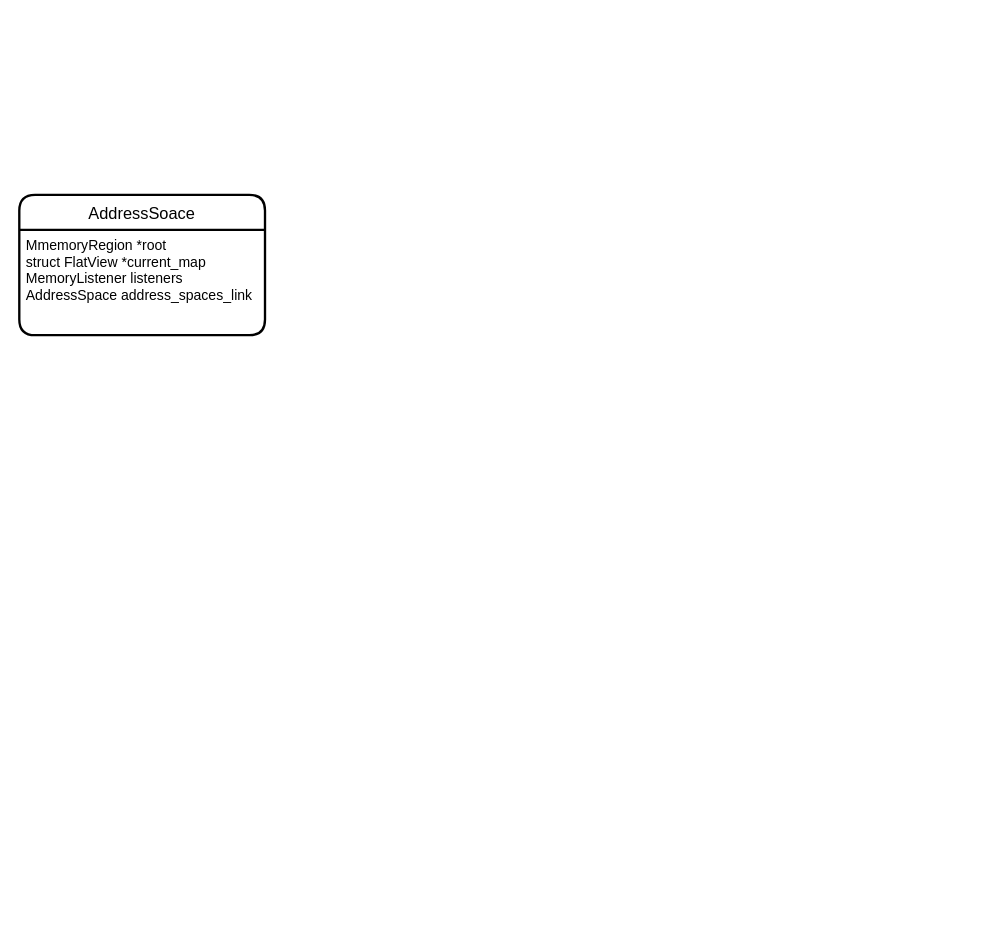
Earlier version of the draw.io diagram page "qemu" (1 of 2) of qemu/memory.drawio (citizen4yu/diagrams). Source tidied: cells renumbered, new cells numbered last; positions are measured from the earlier drawing's top-left corner, leaving out a move shared by most shapes. Both pictures are drawn from the tidied source at 117%, with x=0, y=0 at pixel (19, 194).
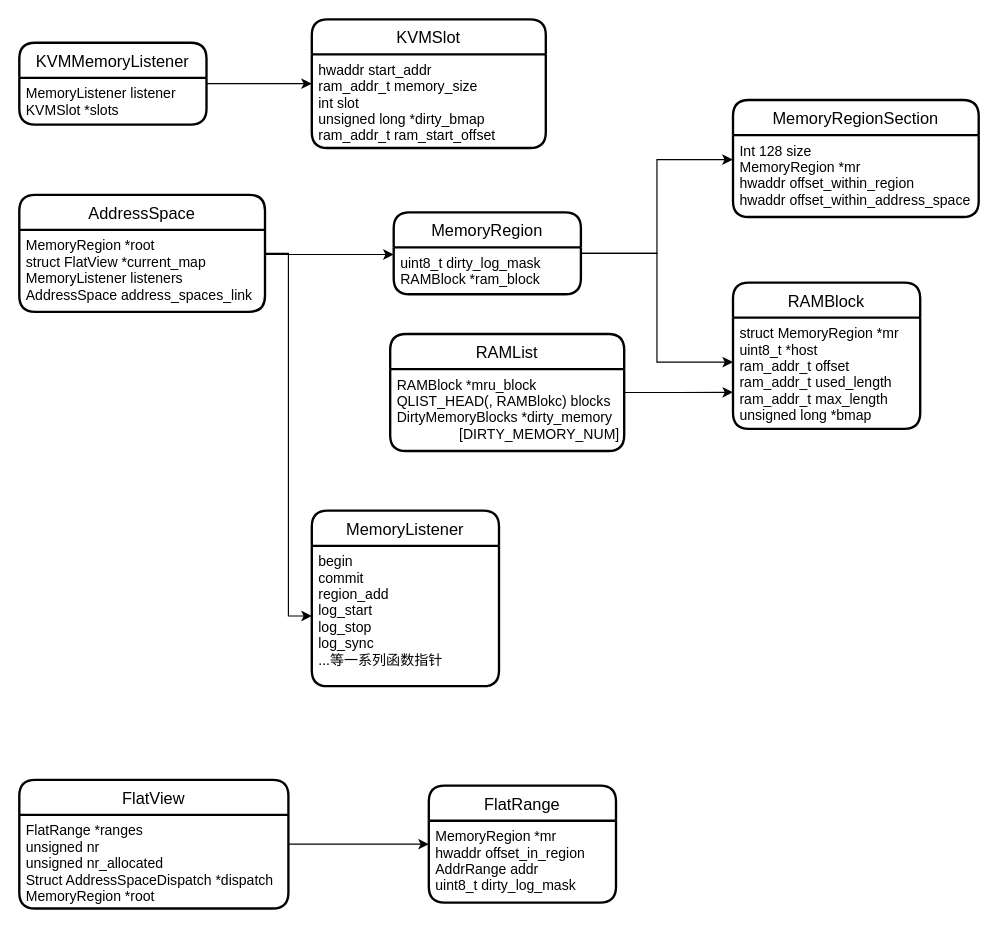
The same diagram, later.

What changed in the source:
```diff
@@
+    <mxCell id="4" style="edgeStyle=orthogonalEdgeStyle;rounded=0;jettySize=auto;html=1;entryX=0;entryY=0.5;entryDx=0;entryDy=0;" parent="1" edge="1" source="2" target="28">
+      <mxGeometry relative="1" as="geometry" />
+    </mxCell>
-    <mxCell id="2" value="AddressSoace" style="swimlane;horizontal=1;startSize=30;rounded=1;fontSize=14;fontStyle=0;strokeWidth=2;shadow=0;dashed=0;align=center;" parent="1" vertex="1">
-      <mxGeometry width="210" height="120" as="geometry" />
+    <mxCell id="2" value="AddressSpace" style="swimlane;horizontal=1;startSize=30;rounded=1;fontSize=14;fontStyle=0;strokeWidth=2;shadow=0;dashed=0;align=center;" parent="1" vertex="1">
+      <mxGeometry width="210" height="100" as="geometry" />
     </mxCell>
-    <mxCell id="3" value="MmemoryRegion *root&#10;struct FlatView *current_map&#10;MemoryListener listeners&#10;AddressSpace address_spaces_link&#10;" style="align=left;strokeColor=none;fillColor=none;spacingLeft=4;fontSize=12;verticalAlign=top;" parent="2" vertex="1">
-      <mxGeometry y="30" width="210" height="90" as="geometry" />
+    <mxCell id="3" value="MemoryRegion *root&#10;struct FlatView *current_map&#10;MemoryListener listeners&#10;AddressSpace address_spaces_link&#10;" style="align=left;strokeColor=none;fillColor=none;spacingLeft=4;fontSize=12;verticalAlign=top;" parent="2" vertex="1">
+      <mxGeometry y="30" width="210" height="70" as="geometry" />
     </mxCell>
+    <mxCell id="5" style="edgeStyle=orthogonalEdgeStyle;rounded=0;jettySize=auto;html=1;entryX=-0.001;entryY=0.299;entryDx=0;entryDy=0;entryPerimeter=0;" parent="1" edge="1" source="7" target="12">
+      <mxGeometry relative="1" as="geometry" />
+    </mxCell>
+    <mxCell id="6" style="edgeStyle=orthogonalEdgeStyle;rounded=0;jettySize=auto;html=1;entryX=0;entryY=0.4;entryDx=0;entryDy=0;entryPerimeter=0;" parent="1" edge="1" source="7" target="23">
+      <mxGeometry relative="1" as="geometry" />
+    </mxCell>
+    <mxCell id="7" value="MemoryRegion" style="swimlane;horizontal=1;startSize=30;rounded=1;fontSize=14;fontStyle=0;strokeWidth=2;shadow=0;dashed=0;align=center;" parent="1" vertex="1">
+      <mxGeometry x="320" y="15" width="160" height="70" as="geometry" />
+    </mxCell>
+    <mxCell id="8" value="uint8_t dirty_log_mask&#10;RAMBlock *ram_block" style="align=left;strokeColor=none;fillColor=none;spacingLeft=4;fontSize=12;verticalAlign=top;" parent="7" vertex="1">
+      <mxGeometry y="30" width="160" height="40" as="geometry" />
+    </mxCell>
+    <mxCell id="9" value="KVMSlot" style="swimlane;horizontal=1;startSize=30;rounded=1;fontSize=14;fontStyle=0;strokeWidth=2;shadow=0;dashed=0;align=center;" parent="1" vertex="1">
+      <mxGeometry x="250" y="-150" width="200" height="110" as="geometry" />
+    </mxCell>
+    <mxCell id="10" value="hwaddr start_addr&#10;ram_addr_t memory_size&#10;int slot&#10;unsigned long *dirty_bmap&#10;ram_addr_t ram_start_offset" style="align=left;strokeColor=none;fillColor=none;spacingLeft=4;fontSize=12;verticalAlign=top;" parent="9" vertex="1">
+      <mxGeometry y="30" width="200" height="80" as="geometry" />
+    </mxCell>
+    <mxCell id="11" value="MemoryRegionSection" style="swimlane;horizontal=1;startSize=30;rounded=1;fontSize=14;fontStyle=0;strokeWidth=2;shadow=0;dashed=0;align=center;" parent="1" vertex="1">
+      <mxGeometry x="610" y="-81" width="210" height="100" as="geometry" />
+    </mxCell>
+    <mxCell id="12" value="Int 128 size&#10;MemoryRegion *mr&#10;hwaddr offset_within_region&#10;hwaddr offset_within_address_space" style="align=left;strokeColor=none;fillColor=none;spacingLeft=4;fontSize=12;verticalAlign=top;" parent="11" vertex="1">
+      <mxGeometry y="30" width="210" height="70" as="geometry" />
+    </mxCell>
+    <mxCell id="13" style="edgeStyle=orthogonalEdgeStyle;rounded=0;jettySize=auto;html=1;" parent="1" edge="1" source="14">
+      <mxGeometry relative="1" as="geometry">
+        <mxPoint x="350" y="555" as="targetPoint" />
+      </mxGeometry>
+    </mxCell>
+    <mxCell id="14" value="FlatView" style="swimlane;horizontal=1;startSize=30;rounded=1;fontSize=14;fontStyle=0;strokeWidth=2;shadow=0;dashed=0;align=center;" parent="1" vertex="1">
+      <mxGeometry y="500" width="230" height="110" as="geometry" />
+    </mxCell>
+    <mxCell id="15" value="FlatRange *ranges&#10;unsigned nr&#10;unsigned nr_allocated&#10;Struct AddressSpaceDispatch *dispatch&#10;MemoryRegion *root&#10;" style="align=left;strokeColor=none;fillColor=none;spacingLeft=4;fontSize=12;verticalAlign=top;" parent="14" vertex="1">
+      <mxGeometry y="30" width="230" height="80" as="geometry" />
+    </mxCell>
+    <mxCell id="16" value="FlatRange" style="swimlane;horizontal=1;startSize=30;rounded=1;fontSize=14;fontStyle=0;strokeWidth=2;shadow=0;dashed=0;align=center;" parent="1" vertex="1">
+      <mxGeometry x="350" y="505" width="160" height="100" as="geometry" />
+    </mxCell>
+    <mxCell id="17" value="MemoryRegion *mr&#10;hwaddr offset_in_region&#10;AddrRange addr&#10;uint8_t dirty_log_mask" style="align=left;strokeColor=none;fillColor=none;spacingLeft=4;fontSize=12;verticalAlign=top;" parent="16" vertex="1">
+      <mxGeometry y="30" width="160" height="70" as="geometry" />
+    </mxCell>
+    <mxCell id="18" style="edgeStyle=orthogonalEdgeStyle;rounded=0;orthogonalLoop=1;jettySize=auto;html=1;" parent="1" edge="1">
+      <mxGeometry relative="1" as="geometry">
+        <mxPoint x="210" y="51" as="sourcePoint" />
+        <mxPoint x="320" y="51" as="targetPoint" />
+      </mxGeometry>
+    </mxCell>
+    <mxCell id="19" style="edgeStyle=orthogonalEdgeStyle;rounded=0;jettySize=auto;html=1;" parent="1" edge="1" source="20" target="10">
+      <mxGeometry relative="1" as="geometry">
+        <Array as="points">
+          <mxPoint x="230" y="-95" />
+          <mxPoint x="230" y="-95" />
+        </Array>
+      </mxGeometry>
+    </mxCell>
+    <mxCell id="20" value="KVMMemoryListener" style="swimlane;horizontal=1;startSize=30;rounded=1;fontSize=14;fontStyle=0;strokeWidth=2;shadow=0;dashed=0;align=center;" parent="1" vertex="1">
+      <mxGeometry y="-130" width="160" height="70" as="geometry" />
+    </mxCell>
+    <mxCell id="21" value="MemoryListener listener&#10;KVMSlot *slots" style="align=left;strokeColor=none;fillColor=none;spacingLeft=4;fontSize=12;verticalAlign=top;" parent="20" vertex="1">
+      <mxGeometry y="30" width="160" height="40" as="geometry" />
+    </mxCell>
+    <mxCell id="22" value="RAMBlock" style="swimlane;horizontal=1;startSize=30;rounded=1;fontSize=14;fontStyle=0;strokeWidth=2;shadow=0;dashed=0;align=center;" parent="1" vertex="1">
+      <mxGeometry x="610" y="75" width="160" height="125" as="geometry" />
+    </mxCell>
+    <mxCell id="23" value="struct MemoryRegion *mr&#10;uint8_t *host&#10;ram_addr_t offset&#10;ram_addr_t used_length&#10;ram_addr_t max_length&#10;unsigned long *bmap" style="align=left;strokeColor=none;fillColor=none;spacingLeft=4;fontSize=12;verticalAlign=top;" parent="22" vertex="1">
+      <mxGeometry y="30" width="160" height="95" as="geometry" />
+    </mxCell>
+    <mxCell id="24" style="edgeStyle=orthogonalEdgeStyle;rounded=0;jettySize=auto;html=1;entryX=0;entryY=0.75;entryDx=0;entryDy=0;" parent="1" edge="1" source="25">
+      <mxGeometry relative="1" as="geometry">
+        <mxPoint x="610" y="168.8" as="targetPoint" />
+      </mxGeometry>
+    </mxCell>
+    <mxCell id="25" value="RAMList" style="swimlane;horizontal=1;startSize=30;rounded=1;fontSize=14;fontStyle=0;strokeWidth=2;shadow=0;dashed=0;align=center;" parent="1" vertex="1">
+      <mxGeometry x="317" y="119" width="200" height="100" as="geometry" />
+    </mxCell>
+    <mxCell id="26" value="RAMBlock *mru_block&#10;QLIST_HEAD(, RAMBlokc) blocks&#10;DirtyMemoryBlocks *dirty_memory&#10;                [DIRTY_MEMORY_NUM]" style="align=left;strokeColor=none;fillColor=none;spacingLeft=4;fontSize=12;verticalAlign=top;" parent="25" vertex="1">
+      <mxGeometry y="30" width="200" height="70" as="geometry" />
+    </mxCell>
+    <mxCell id="27" value="MemoryListener" style="swimlane;horizontal=1;startSize=30;rounded=1;fontSize=14;fontStyle=0;strokeWidth=2;shadow=0;dashed=0;align=center;" parent="1" vertex="1">
+      <mxGeometry x="250" y="270" width="160" height="150" as="geometry" />
+    </mxCell>
+    <mxCell id="28" value="begin&#10;commit&#10;region_add&#10;log_start&#10;log_stop&#10;log_sync&#10;...等一系列函数指针" style="align=left;strokeColor=none;fillColor=none;spacingLeft=4;fontSize=12;verticalAlign=top;" parent="27" vertex="1">
+      <mxGeometry y="30" width="160" height="120" as="geometry" />
+    </mxCell>
```
